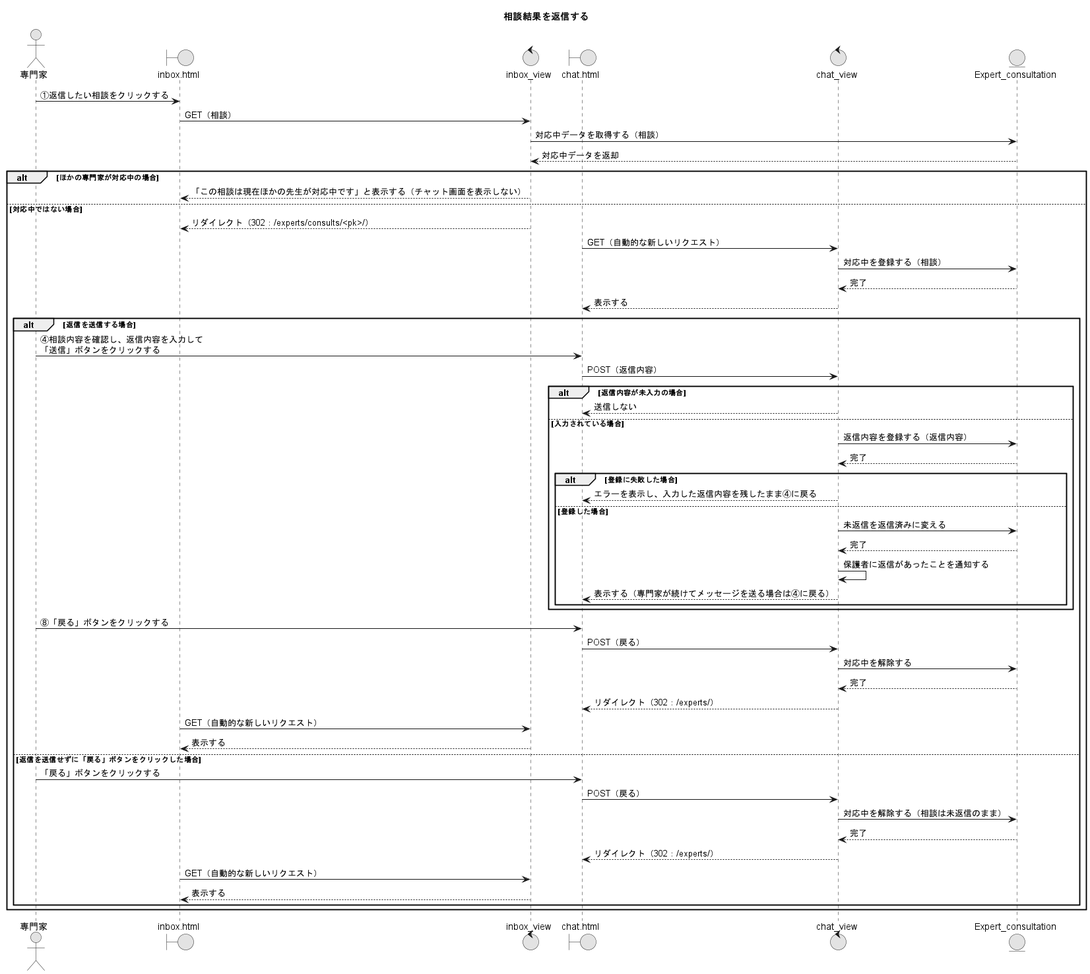
Above: PNG/12_相談結果を返信する.png in Ma2naga190330/26_sotugyou_puml (PlantUML), before the change.
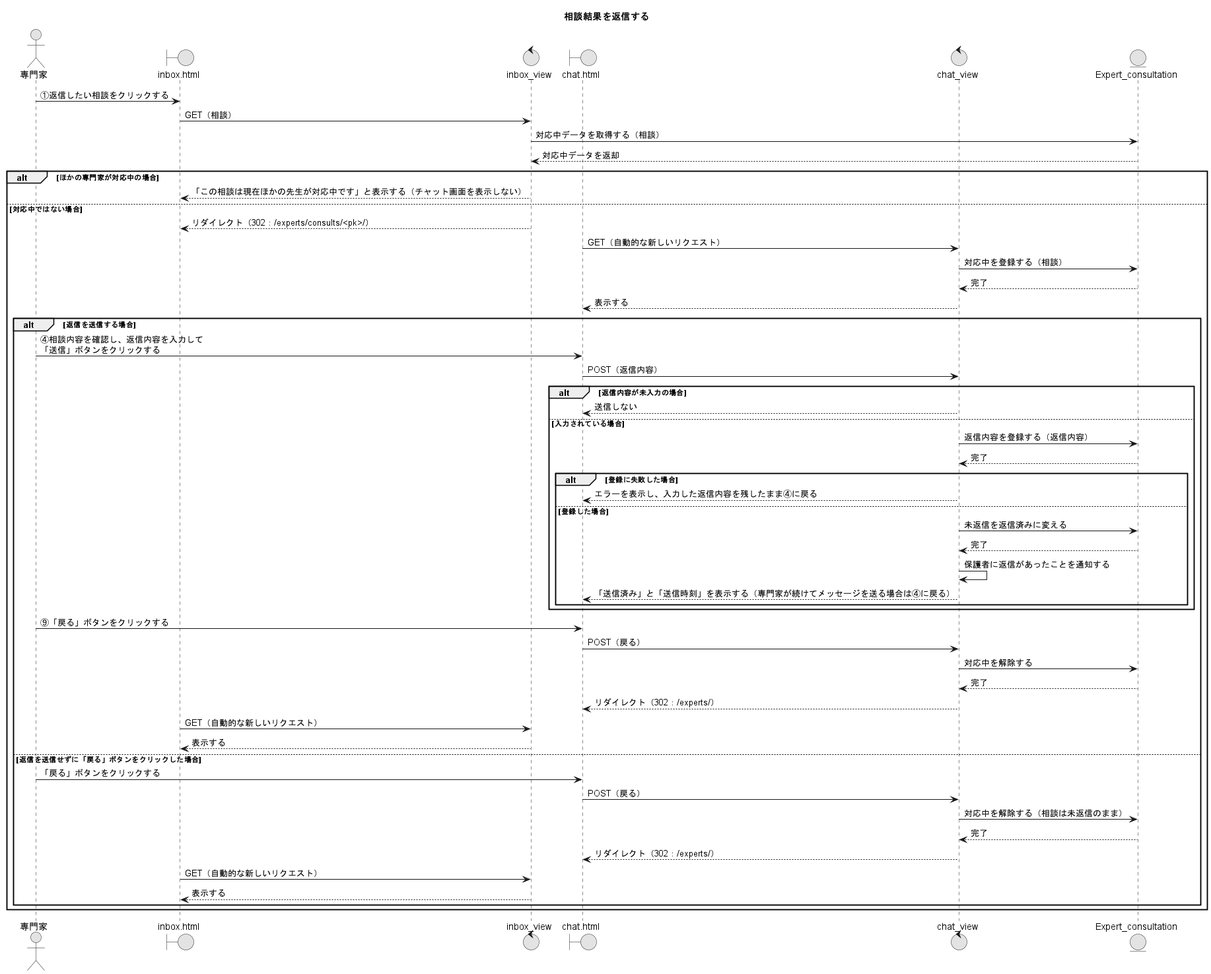
The same diagram one commit later.

Change to the diagram source:
```diff
@@ -37,10 +37,10 @@
         CV -> ECSM : 未返信を返信済みに変える
         CV <-- ECSM : 完了
         CV -> CV : 保護者に返信があったことを通知する
-        CV --> CP : 表示する（専門家が続けてメッセージを送る場合は④に戻る）
+        CV --> CP : 「送信済み」と「送信時刻」を表示する（専門家が続けてメッセージを送る場合は④に戻る）
       end
     end
-    A -> CP : ⑧「戻る」ボタンをクリックする
+    A -> CP : ⑨「戻る」ボタンをクリックする
     CP -> CV : POST（戻る）
     CV -> ECSM : 対応中を解除する
     CV <-- ECSM : 完了
```
